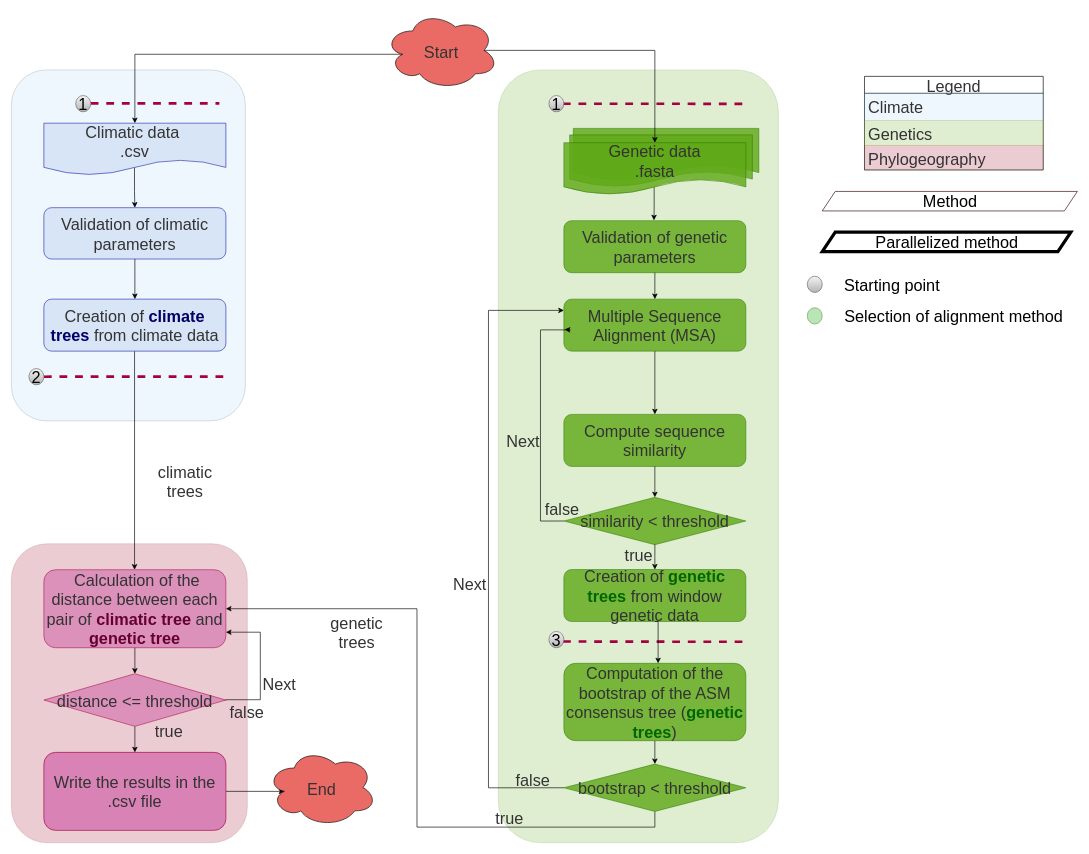
Earlier version of the draw.io diagram page "Copy of JOSS workflow english" (1 of 23) of img/figure.drawio (tahiri-lab/aPhyloGeo). Source tidied: cells renumbered, new cells numbered last; positions are measured from the earlier drawing's top-left corner, leaving out a move shared by most shapes. Both pictures are drawn from the tidied source at 65%, with x=0, y=0 at pixel (11, 11).
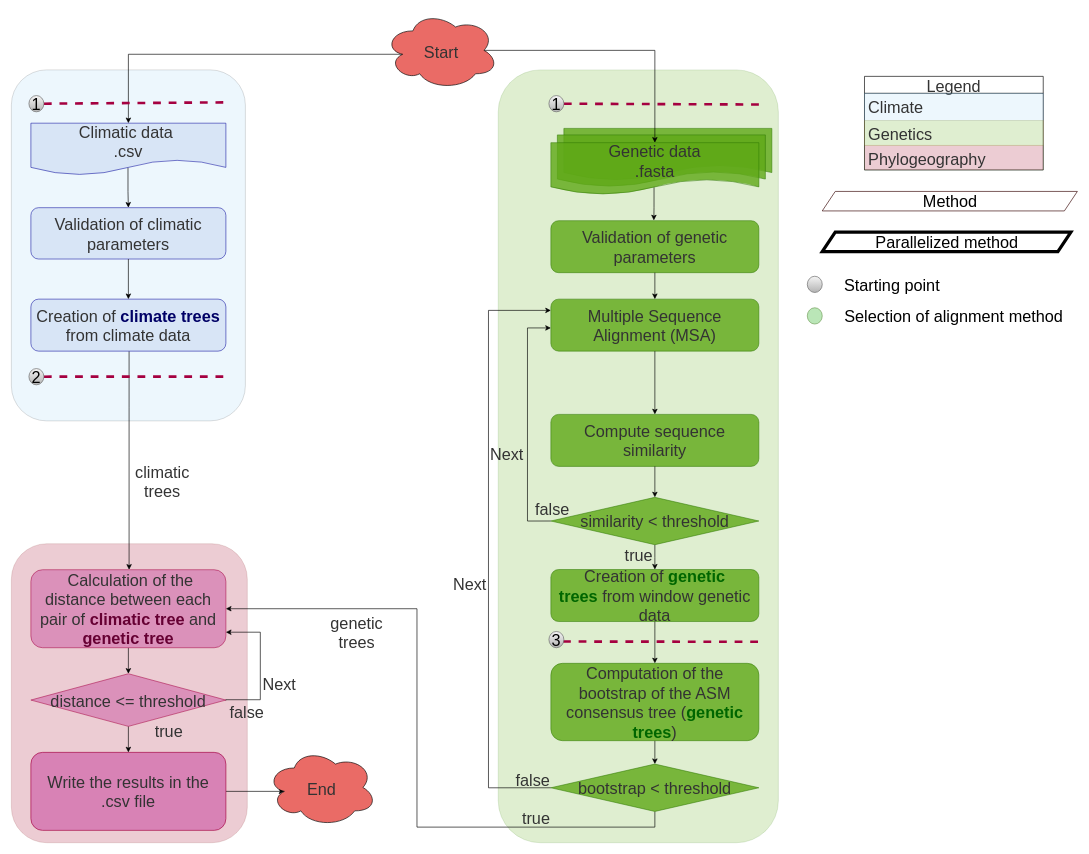
The same diagram, later.

Unchanged cells that the change refers to:
```xml
<mxCell id="2" style="rounded=1;whiteSpace=wrap;html=1;fontFamily=Helvetica;fontSize=25;fillColor=#60a917;opacity=20;strokeColor=#2D7600;fontColor=#333333;" parent="1" vertex="1">
  <mxGeometry x="749" y="90" width="431" height="1189" as="geometry" />
</mxCell>
<mxCell id="20" value="Start" style="ellipse;shape=cloud;fillColor=#EA6B66;fontSize=25;fontFamily=Helvetica;fontColor=#333333;" parent="1" vertex="1">
  <mxGeometry x="574" width="175" height="120" as="geometry" />
</mxCell>
<mxCell id="49" value="&lt;font style=&quot;font-size: 25px;&quot;&gt;1&lt;/font&gt;" style="ellipse;whiteSpace=wrap;html=1;fillColor=#f5f5f5;strokeColor=#666666;gradientColor=#b3b3b3;fontSize=25;" parent="1" vertex="1">
  <mxGeometry x="827" y="129.5" width="23" height="25" as="geometry" />
</mxCell>
<mxCell id="50" value="&lt;font style=&quot;font-size: 25px;&quot;&gt;3&lt;/font&gt;" style="ellipse;whiteSpace=wrap;html=1;fillColor=#f5f5f5;strokeColor=#666666;gradientColor=#b3b3b3;fontSize=25;" parent="1" vertex="1">
  <mxGeometry x="827" y="954" width="23" height="25" as="geometry" />
</mxCell>
```

The edit, as a diff of the source:
```diff
@@
     <mxCell id="3" style="shape=document;whiteSpace=wrap;html=1;boundedLbl=1;fillColor=#60A917;strokeColor=#2D7600;opacity=80;fontSize=25;" parent="1" vertex="1">
-      <mxGeometry x="864.5" y="180" width="285.5" height="80" as="geometry" />
+      <mxGeometry x="850" y="180" width="320" height="80" as="geometry" />
     </mxCell>
     <mxCell id="4" style="shape=document;whiteSpace=wrap;html=1;boundedLbl=1;fillColor=#60A917;strokeColor=#2D7600;opacity=80;fontSize=25;" parent="1" vertex="1">
-      <mxGeometry x="859" y="190" width="281" height="80" as="geometry" />
+      <mxGeometry x="840" y="190" width="320" height="80" as="geometry" />
     </mxCell>
@@
     <mxCell id="8" value="&lt;font style=&quot;font-size: 25px;&quot;&gt;Validation of climatic parameters&lt;/font&gt;" style="rounded=1;whiteSpace=wrap;html=1;strokeColor=#000099;fontColor=#333333;fillColor=#D4E1F5;fontSize=25;opacity=80;" parent="1" vertex="1">
-      <mxGeometry x="50" y="302" width="280" height="79" as="geometry" />
+      <mxGeometry x="30" y="302" width="300" height="79" as="geometry" />
     </mxCell>
     <mxCell id="9" style="edgeStyle=orthogonalEdgeStyle;rounded=0;orthogonalLoop=1;jettySize=auto;html=1;entryX=0.5;entryY=0;entryDx=0;entryDy=0;fontSize=25;" parent="1" edge="1">
       <mxGeometry relative="1" as="geometry">
-        <mxPoint x="189.5" y="522.7" as="sourcePoint" />
-        <mxPoint x="189.5" y="859" as="targetPoint" />
+        <mxPoint x="181.1" y="522.7" as="sourcePoint" />
+        <mxPoint x="181.1" y="859" as="targetPoint" />
         <Array as="points">
-          <mxPoint x="189.5" y="610" />
-          <mxPoint x="189.5" y="610" />
+          <mxPoint x="181.1" y="610" />
+          <mxPoint x="181.1" y="610" />
         </Array>
       </mxGeometry>
     </mxCell>
     <mxCell id="10" value="Creation of &lt;font color=&quot;#000066&quot; style=&quot;font-size: 25px;&quot;&gt;&lt;b style=&quot;font-size: 25px;&quot;&gt;climate trees&lt;/b&gt;&lt;/font&gt; from climate data" style="rounded=1;whiteSpace=wrap;html=1;strokeColor=#000099;fontColor=#333333;fillColor=#D4E1F5;fontSize=25;opacity=80;" parent="1" vertex="1">
-      <mxGeometry x="50" y="442.7" width="280" height="80" as="geometry" />
+      <mxGeometry x="30" y="442.7" width="300" height="80" as="geometry" />
     </mxCell>
     <mxCell id="11" value="Validation of genetic parameters" style="rounded=1;whiteSpace=wrap;html=1;fillColor=#60a917;strokeColor=#2D7600;fontColor=#333333;fontSize=25;opacity=80;" parent="1" vertex="1">
-      <mxGeometry x="850" y="322" width="280" height="80" as="geometry" />
+      <mxGeometry x="830" y="322" width="320" height="80" as="geometry" />
     </mxCell>
@@
     <mxCell id="13" value="Computation of the bootstrap of the ASM consensus tree (&lt;font color=&quot;#006600&quot; style=&quot;font-size: 25px;&quot;&gt;&lt;b style=&quot;font-size: 25px;&quot;&gt;genetic trees&lt;/b&gt;&lt;/font&gt;)" style="rounded=1;whiteSpace=wrap;html=1;fillColor=#60a917;strokeColor=#2D7600;fontColor=#333333;fontSize=25;opacity=80;" parent="1" vertex="1">
-      <mxGeometry x="850" y="1003" width="280" height="119" as="geometry" />
+      <mxGeometry x="830" y="1003" width="320" height="119" as="geometry" />
     </mxCell>
@@
     <mxCell id="15" value="&lt;span style=&quot;font-size: 25px;&quot;&gt;&amp;nbsp;&lt;/span&gt;Calculation of the distance between each pair of &lt;font color=&quot;#660033&quot; style=&quot;font-size: 25px;&quot;&gt;&lt;b style=&quot;font-size: 25px;&quot;&gt;climatic tree&lt;/b&gt;&lt;/font&gt; and &lt;font color=&quot;#660033&quot; style=&quot;font-size: 25px;&quot;&gt;&lt;b style=&quot;font-size: 25px;&quot;&gt;genetic tree&lt;/b&gt;&lt;/font&gt;" style="rounded=1;whiteSpace=wrap;html=1;strokeColor=#A50040;fontColor=#333333;fillColor=#D882B5;fontSize=25;opacity=80;" parent="1" vertex="1">
-      <mxGeometry x="50" y="859" width="280" height="120" as="geometry" />
+      <mxGeometry x="30" y="859" width="300" height="120" as="geometry" />
     </mxCell>
@@
     <mxCell id="17" value="Write the results in the .csv file" style="rounded=1;whiteSpace=wrap;html=1;strokeColor=#A50040;fontColor=#333333;fillColor=#D882B5;fontSize=25;" parent="1" vertex="1">
-      <mxGeometry x="50" y="1140" width="280" height="120" as="geometry" />
+      <mxGeometry x="30" y="1140" width="300" height="120" as="geometry" />
     </mxCell>
     <mxCell id="18" style="edgeStyle=orthogonalEdgeStyle;rounded=0;jettySize=auto;html=1;fontSize=25;exitX=0.16;exitY=0.55;exitDx=0;exitDy=0;exitPerimeter=0;entryX=0.5;entryY=0;entryDx=0;entryDy=0;" parent="1" edge="1" source="20" target="33">
       <mxGeometry relative="1" as="geometry">
         <Array as="points">
-          <mxPoint x="190" y="66" />
+          <mxPoint x="180" y="66" />
         </Array>
       </mxGeometry>
     </mxCell>
@@
     <mxCell id="23" value="bootstrap &amp;lt; threshold" style="rhombus;whiteSpace=wrap;html=1;fontFamily=Helvetica;fontSize=25;fillColor=#60a917;strokeColor=#2D7600;fontColor=#333333;opacity=80;" parent="1" vertex="1">
-      <mxGeometry x="850" y="1158" width="280" height="72.9" as="geometry" />
+      <mxGeometry x="830" y="1158" width="320" height="72.9" as="geometry" />
     </mxCell>
     <mxCell id="24" value="Multiple Sequence Alignment (MSA)" style="rounded=1;whiteSpace=wrap;html=1;fillColor=#60a917;strokeColor=#2D7600;fontColor=#333333;fontSize=25;opacity=80;" parent="1" vertex="1">
-      <mxGeometry x="850" y="442.7" width="280" height="80" as="geometry" />
+      <mxGeometry x="830" y="442.7" width="320" height="80" as="geometry" />
     </mxCell>
@@
     <mxCell id="27" value="&lt;font style=&quot;font-size: 25px;&quot;&gt;distance&amp;nbsp;&amp;lt;=&amp;nbsp;threshold&lt;/font&gt;" style="rhombus;whiteSpace=wrap;html=1;fontFamily=Helvetica;fontSize=25;strokeColor=#A50040;fontColor=#333333;fillColor=#D882B5;opacity=80;" parent="1" vertex="1">
-      <mxGeometry x="50" y="1019" width="280" height="81" as="geometry" />
+      <mxGeometry x="30" y="1019" width="300" height="81" as="geometry" />
     </mxCell>
@@
     <mxCell id="30" value="&lt;font color=&quot;#333333&quot; style=&quot;font-size: 25px;&quot;&gt;&lt;span style=&quot;font-size: 25px;&quot;&gt;Genetic data &lt;br style=&quot;font-size: 25px;&quot;&gt;.fasta&lt;/span&gt;&lt;/font&gt;" style="shape=document;whiteSpace=wrap;html=1;boundedLbl=1;fillColor=#60A917;strokeColor=#2D7600;opacity=80;fontSize=25;" parent="1" vertex="1">
-      <mxGeometry x="850" y="202" width="280" height="80" as="geometry" />
+      <mxGeometry x="830" y="202" width="320" height="80" as="geometry" />
     </mxCell>
@@
     <mxCell id="32" value="true" style="edgeLabel;html=1;align=center;verticalAlign=middle;fontSize=25;labelBackgroundColor=none;rotation=0;fontColor=#333333;" parent="1" vertex="1">
-      <mxGeometry x="769" y="1227.9" as="geometry">
+      <mxGeometry x="810" y="1227.9" as="geometry">
         <mxPoint x="-4" y="13" as="offset" />
       </mxGeometry>
     </mxCell>
     <mxCell id="33" value="&lt;font color=&quot;#333333&quot; style=&quot;font-size: 25px;&quot;&gt;&lt;span style=&quot;font-size: 25px;&quot;&gt;Climatic data&amp;nbsp;&lt;br style=&quot;font-size: 25px;&quot;&gt;.csv&lt;/span&gt;&lt;/font&gt;" style="shape=document;whiteSpace=wrap;html=1;boundedLbl=1;fillColor=#D4E1F5;strokeColor=#000099;opacity=80;fontSize=25;" parent="1" vertex="1">
-      <mxGeometry x="50" y="172" width="280" height="80" as="geometry" />
+      <mxGeometry x="30" y="172" width="300" height="80" as="geometry" />
     </mxCell>
@@
     <mxCell id="35" value="climatic &lt;br style=&quot;font-size: 25px;&quot;&gt;trees" style="edgeLabel;html=1;align=center;verticalAlign=middle;fontSize=25;labelBackgroundColor=none;rotation=0;fontColor=#333333;" parent="1" vertex="1">
-      <mxGeometry x="245" y="726" as="geometry">
+      <mxGeometry x="210" y="726" as="geometry">
         <mxPoint x="21" y="-4" as="offset" />
       </mxGeometry>
     </mxCell>
@@
-    <mxCell id="43" style="endArrow=none;dashed=1;html=1;rounded=0;strokeWidth=4;fillColor=#d80073;strokeColor=#A50040;fontSize=25;" parent="1" edge="1">
+    <mxCell id="43" style="endArrow=none;dashed=1;html=1;rounded=0;strokeWidth=4;fillColor=#d80073;strokeColor=#A50040;fontSize=25;exitX=1;exitY=0.5;exitDx=0;exitDy=0;" parent="1" edge="1" source="47">
       <mxGeometry relative="1" as="geometry">
-        <mxPoint x="122" y="141.5" as="sourcePoint" />
-        <mxPoint x="320" y="141.5" as="targetPoint" />
+        <mxPoint x="330" y="140" as="targetPoint" />
       </mxGeometry>
     </mxCell>
@@
-    <mxCell id="45" style="endArrow=none;dashed=1;html=1;rounded=0;strokeWidth=4;fillColor=#d80073;strokeColor=#A50040;fontSize=25;exitX=0.932;exitY=0.501;exitDx=0;exitDy=0;exitPerimeter=0;entryX=0.884;entryY=0.044;entryDx=0;entryDy=0;entryPerimeter=0;" parent="1" edge="1" source="49" target="2">
-      <mxGeometry relative="1" as="geometry" />
+    <mxCell id="45" style="endArrow=none;dashed=1;html=1;rounded=0;strokeWidth=4;fillColor=#d80073;strokeColor=#A50040;fontSize=25;entryX=0.884;entryY=0.044;entryDx=0;entryDy=0;entryPerimeter=0;" parent="1" edge="1" source="49">
+      <mxGeometry relative="1" as="geometry">
+        <mxPoint x="1150" y="143.3" as="targetPoint" />
+      </mxGeometry>
     </mxCell>
-    <mxCell id="46" style="endArrow=none;dashed=1;html=1;rounded=0;strokeWidth=4;fillColor=#d80073;strokeColor=#A50040;fontSize=25;exitX=0.943;exitY=0.619;exitDx=0;exitDy=0;exitPerimeter=0;entryX=0.884;entryY=0.74;entryDx=0;entryDy=0;entryPerimeter=0;" parent="1" edge="1" source="50" target="2">
+    <mxCell id="46" style="endArrow=none;dashed=1;html=1;rounded=0;strokeWidth=4;fillColor=#d80073;strokeColor=#A50040;fontSize=25;exitX=0.943;exitY=0.619;exitDx=0;exitDy=0;exitPerimeter=0;entryX=0.93;entryY=0.74;entryDx=0;entryDy=0;entryPerimeter=0;" parent="1" edge="1" source="50" target="2">
       <mxGeometry relative="1" as="geometry" />
     </mxCell>
     <mxCell id="47" value="&lt;font style=&quot;font-size: 25px;&quot;&gt;1&lt;/font&gt;" style="ellipse;whiteSpace=wrap;html=1;fillColor=#f5f5f5;strokeColor=#666666;gradientColor=#b3b3b3;fontSize=25;" parent="1" vertex="1">
-      <mxGeometry x="99" y="129.5" width="23" height="25" as="geometry" />
+      <mxGeometry x="27" y="129.5" width="23" height="25" as="geometry" />
     </mxCell>
@@
     <mxCell id="51" value="Creation of&amp;nbsp;&lt;font style=&quot;border-color: var(--border-color); font-size: 25px;&quot; color=&quot;#006600&quot;&gt;&lt;b style=&quot;border-color: var(--border-color); font-size: 25px;&quot;&gt;genetic trees&lt;/b&gt;&lt;/font&gt;&amp;nbsp;from window genetic data" style="rounded=1;whiteSpace=wrap;html=1;fillColor=#60a917;strokeColor=#2D7600;fontColor=#333333;fontSize=25;opacity=80;" parent="1" vertex="1">
-      <mxGeometry x="850" y="858.7" width="280" height="80" as="geometry" />
+      <mxGeometry x="830" y="858.7" width="320" height="80" as="geometry" />
     </mxCell>
     <mxCell id="52" style="edgeStyle=orthogonalEdgeStyle;rounded=0;jettySize=auto;html=1;exitX=0.5;exitY=1;exitDx=0;exitDy=0;fontSize=25;" parent="1" edge="1" source="51" target="13">
       <mxGeometry relative="1" as="geometry">
         <Array as="points">
-          <mxPoint x="995" y="980" />
-          <mxPoint x="995" y="980" />
+          <mxPoint x="990" y="950" />
+          <mxPoint x="990" y="950" />
         </Array>
       </mxGeometry>
     </mxCell>
-    <mxCell id="53" style="edgeStyle=orthogonalEdgeStyle;rounded=0;orthogonalLoop=1;jettySize=auto;html=1;fontSize=25;" parent="1" edge="1">
+    <mxCell id="53" style="edgeStyle=orthogonalEdgeStyle;rounded=0;jettySize=auto;html=1;fontSize=25;exitX=0.5;exitY=1;exitDx=0;exitDy=0;entryX=0.5;entryY=0;entryDx=0;entryDy=0;" parent="1" edge="1" source="55" target="51">
       <mxGeometry relative="1" as="geometry">
-        <mxPoint x="990" y="818.7" as="sourcePoint" />
-        <mxPoint x="990" y="858.7" as="targetPoint" />
         <Array as="points">
-          <mxPoint x="990" y="838.7" />
-          <mxPoint x="990" y="838.7" />
+          <mxPoint x="990" y="840" />
+          <mxPoint x="990" y="840" />
         </Array>
       </mxGeometry>
     </mxCell>
     <mxCell id="54" value="Compute sequence similarity" style="rounded=1;whiteSpace=wrap;html=1;fillColor=#60a917;strokeColor=#2D7600;fontColor=#333333;fontSize=25;opacity=80;" parent="1" vertex="1">
-      <mxGeometry x="850" y="620" width="280" height="80" as="geometry" />
+      <mxGeometry x="830" y="620" width="320" height="80" as="geometry" />
     </mxCell>
     <mxCell id="55" value="similarity &amp;lt; threshold" style="rhombus;whiteSpace=wrap;html=1;fontFamily=Helvetica;fontSize=25;fillColor=#60a917;strokeColor=#2D7600;fontColor=#333333;opacity=80;" parent="1" vertex="1">
-      <mxGeometry x="850" y="747.6" width="280" height="72.9" as="geometry" />
+      <mxGeometry x="830" y="747.6" width="320" height="72.9" as="geometry" />
     </mxCell>
@@
-    <mxCell id="58" style="edgeStyle=orthogonalEdgeStyle;rounded=0;jettySize=auto;html=1;exitX=0;exitY=0.5;exitDx=0;exitDy=0;entryX=0.004;entryY=0.582;entryDx=0;entryDy=0;entryPerimeter=0;fontSize=25;" parent="1" edge="1" source="55" target="24">
+    <mxCell id="58" style="edgeStyle=orthogonalEdgeStyle;rounded=0;jettySize=auto;html=1;exitX=0;exitY=0.5;exitDx=0;exitDy=0;fontSize=25;" parent="1" edge="1" source="55">
       <mxGeometry relative="1" as="geometry">
+        <mxPoint x="830" y="487" as="targetPoint" />
         <Array as="points">
-          <mxPoint x="814" y="784" />
-          <mxPoint x="814" y="490" />
-          <mxPoint x="860" y="490" />
+          <mxPoint x="794" y="784" />
+          <mxPoint x="794" y="487" />
         </Array>
       </mxGeometry>
     </mxCell>
     <mxCell id="59" value="Next" style="edgeLabel;html=1;align=center;verticalAlign=middle;fontSize=25;labelBackgroundColor=none;rotation=0;fontColor=#333333;" parent="1" vertex="1">
-      <mxGeometry x="695" y="706" as="geometry">
+      <mxGeometry x="670" y="726" as="geometry">
         <mxPoint x="91" y="-46" as="offset" />
       </mxGeometry>
     </mxCell>
     <mxCell id="60" value="false" style="edgeLabel;html=1;align=center;verticalAlign=middle;fontSize=25;labelBackgroundColor=none;rotation=0;fontColor=#333333;" parent="1" vertex="1">
-      <mxGeometry x="755" y="811" as="geometry">
+      <mxGeometry x="740" y="811" as="geometry">
         <mxPoint x="91" y="-46" as="offset" />
       </mxGeometry>
     </mxCell>
```
